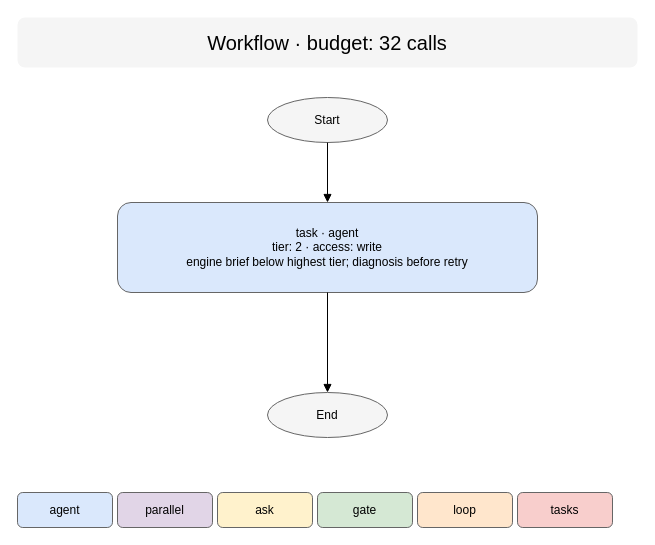
This is workflows/solo/workflow.drawio from Soliman-Elhassanein/Agents-Orchestrator-Skill, a draw.io file, before an edit. Source tidied: cells renumbered, new cells numbered last; positions are measured from the earlier drawing's top-left corner, leaving out a move shared by most shapes. Both pictures are drawn from the tidied source at 100%, with x=0, y=0 at pixel (17, 17).
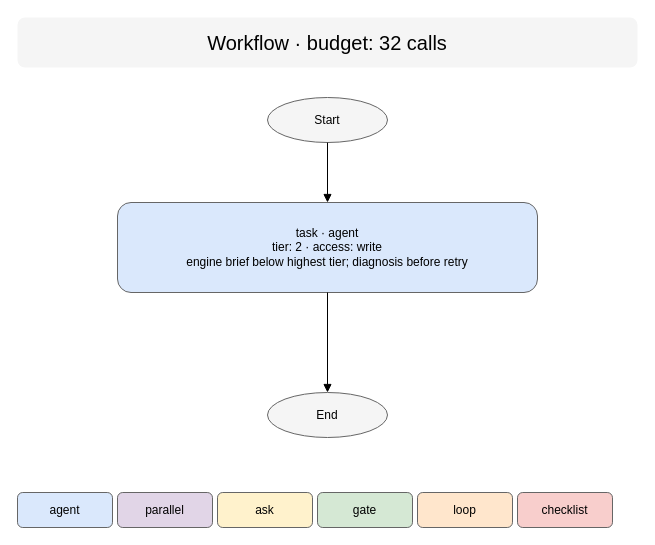
The same diagram, later.

Commit message (it also covers changes not shown here):
refactor: Rename the tasks block to checklist

Diff of the diagram source:
```diff
@@
 <mxGraphModel>
   <root>
     <mxCell id="0" />
     <mxCell id="1" parent="0" />
     <mxCell id="2" value="Workflow · budget: 32 calls" style="rounded=1;whiteSpace=wrap;html=0;fillColor=#f5f5f5;strokeColor=#666666;fontSize=20;strokeColor=none;" parent="1" vertex="1">
       <mxGeometry width="620" height="50" as="geometry" />
     </mxCell>
     <mxCell id="3" value="Start" style="rounded=1;whiteSpace=wrap;html=0;fillColor=#f5f5f5;strokeColor=#666666;ellipse;" parent="1" vertex="1">
       <mxGeometry x="250" y="80" width="120" height="45" as="geometry" />
     </mxCell>
     <mxCell id="4" value="task · agent&#10;tier: 2 · access: write&#10;engine brief below highest tier; diagnosis before retry" style="rounded=1;whiteSpace=wrap;html=0;fillColor=#dae8fc;strokeColor=#666666;" parent="1" vertex="1">
       <mxGeometry x="100" y="185" width="420" height="90" as="geometry" />
     </mxCell>
     <mxCell id="5" style="edgeStyle=orthogonalEdgeStyle;rounded=0;html=0;endArrow=block;" parent="1" edge="1" source="3" target="4">
       <mxGeometry relative="1" as="geometry" />
     </mxCell>
     <mxCell id="6" value="End" style="rounded=1;whiteSpace=wrap;html=0;fillColor=#f5f5f5;strokeColor=#666666;ellipse;" parent="1" vertex="1">
       <mxGeometry x="250" y="375" width="120" height="45" as="geometry" />
     </mxCell>
     <mxCell id="7" style="edgeStyle=orthogonalEdgeStyle;rounded=0;html=0;endArrow=block;" parent="1" edge="1" source="4" target="6">
       <mxGeometry relative="1" as="geometry" />
     </mxCell>
     <mxCell id="8" value="agent" style="rounded=1;whiteSpace=wrap;html=0;fillColor=#dae8fc;strokeColor=#666666;fontSize=12;" parent="1" vertex="1">
       <mxGeometry y="475" width="95" height="35" as="geometry" />
     </mxCell>
     <mxCell id="9" value="parallel" style="rounded=1;whiteSpace=wrap;html=0;fillColor=#e1d5e7;strokeColor=#666666;fontSize=12;" parent="1" vertex="1">
       <mxGeometry x="100" y="475" width="95" height="35" as="geometry" />
     </mxCell>
     <mxCell id="10" value="ask" style="rounded=1;whiteSpace=wrap;html=0;fillColor=#fff2cc;strokeColor=#666666;fontSize=12;" parent="1" vertex="1">
       <mxGeometry x="200" y="475" width="95" height="35" as="geometry" />
     </mxCell>
     <mxCell id="11" value="gate" style="rounded=1;whiteSpace=wrap;html=0;fillColor=#d5e8d4;strokeColor=#666666;fontSize=12;" parent="1" vertex="1">
       <mxGeometry x="300" y="475" width="95" height="35" as="geometry" />
     </mxCell>
     <mxCell id="12" value="loop" style="rounded=1;whiteSpace=wrap;html=0;fillColor=#ffe6cc;strokeColor=#666666;fontSize=12;" parent="1" vertex="1">
       <mxGeometry x="400" y="475" width="95" height="35" as="geometry" />
     </mxCell>
-    <mxCell id="13" value="tasks" style="rounded=1;whiteSpace=wrap;html=0;fillColor=#f8cecc;strokeColor=#666666;fontSize=12;" parent="1" vertex="1">
+    <mxCell id="13" value="checklist" style="rounded=1;whiteSpace=wrap;html=0;fillColor=#f8cecc;strokeColor=#666666;fontSize=12;" parent="1" vertex="1">
       <mxGeometry x="500" y="475" width="95" height="35" as="geometry" />
     </mxCell>
   </root>
 </mxGraphModel>
```
